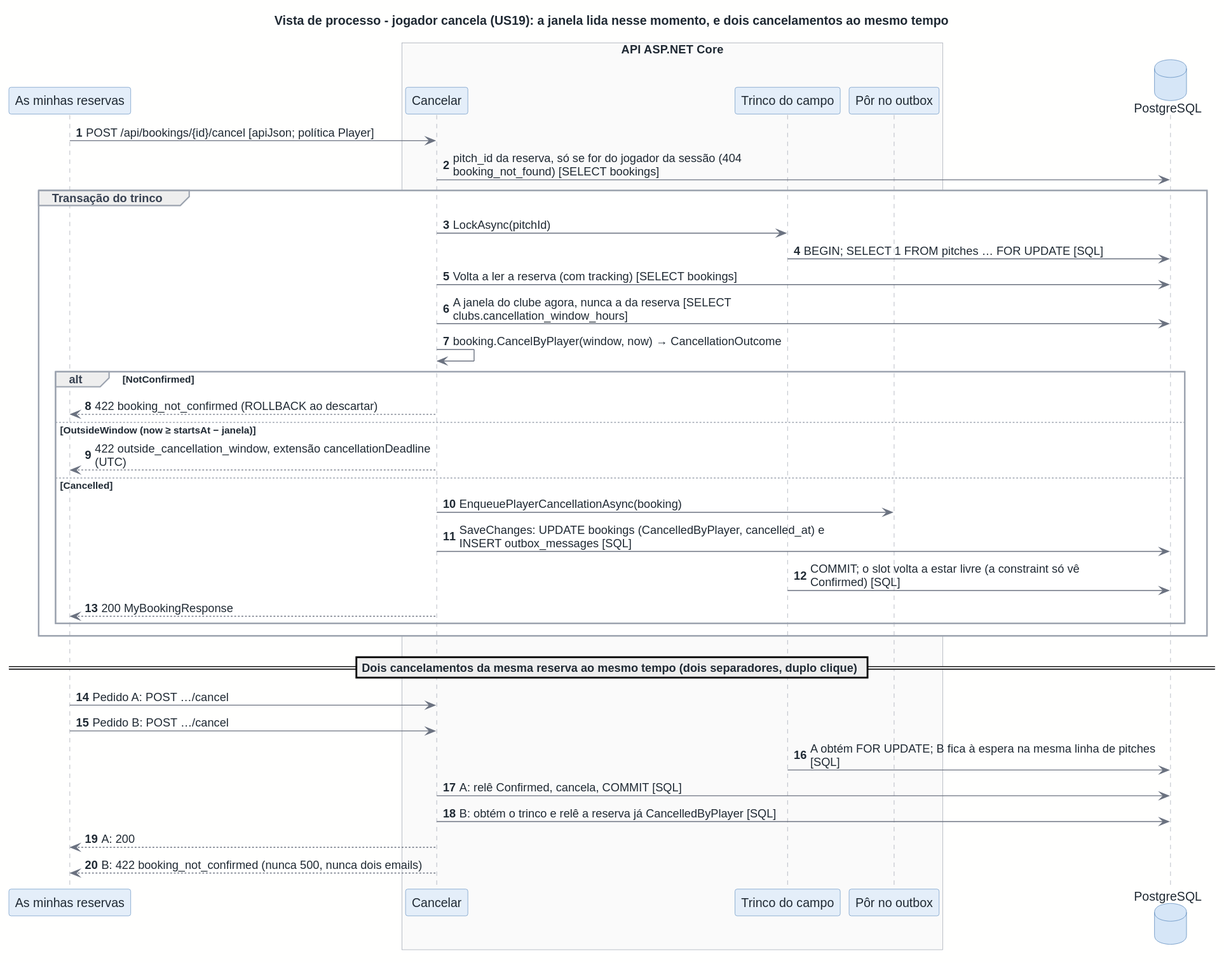
Before: docs/architecture/out/process-cancel-player.svg, a diagram exported from PlantUML (rodrigo4sousa/SportsEstablishments).
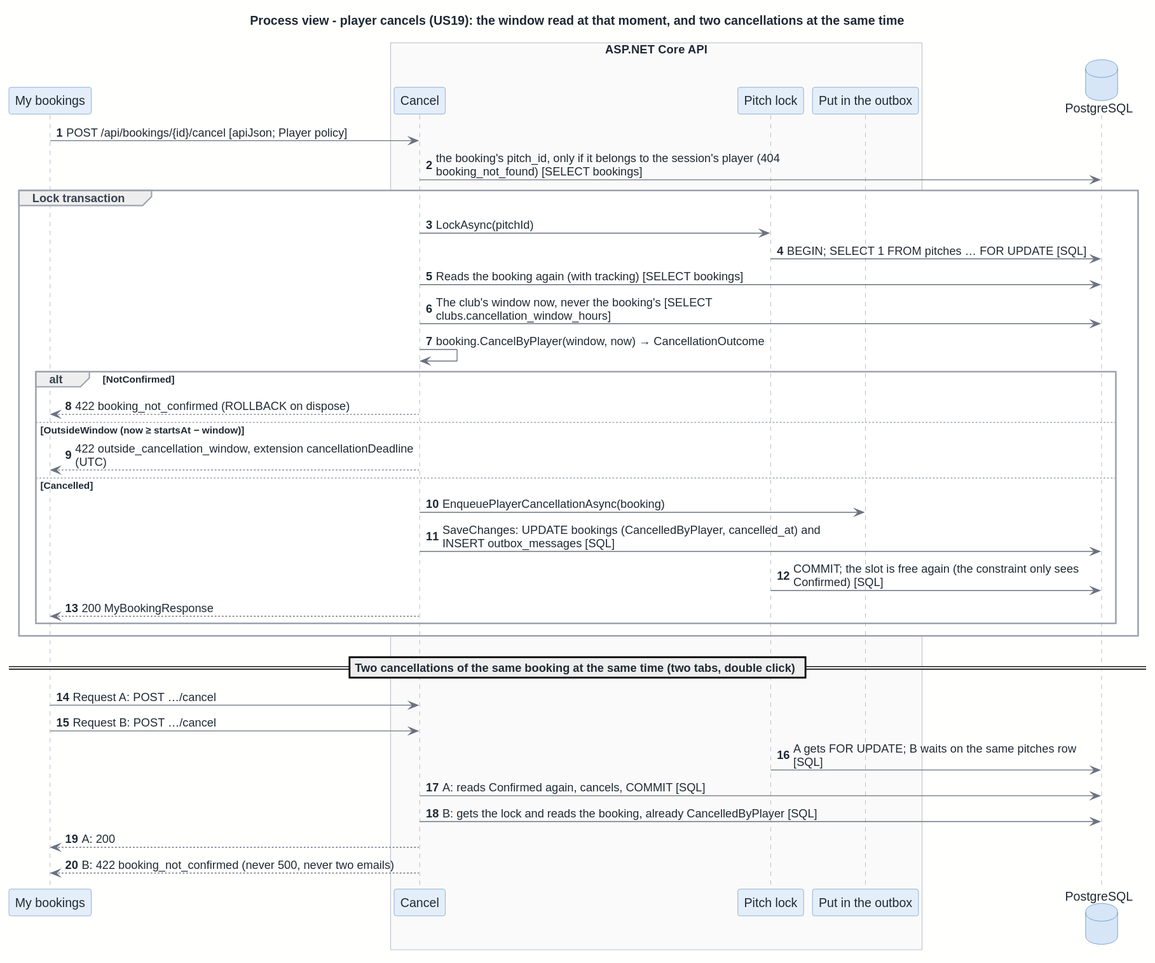
Later version of the same file.

Diff of the diagram source:
```diff
@@ -1,44 +1,44 @@
 @startuml
 !include ../style.puml
 
-title Vista de processo - jogador cancela (US19): a janela lida nesse momento, e dois cancelamentos ao mesmo tempo
+title Process view - player cancels (US19): the window read at that moment, and two cancellations at the same time
 autonumber
 
-participant "As minhas reservas" as WEB_F_MYBOOK
-box "API ASP.NET Core"
-  participant "Cancelar" as API_BOOK_MINE
-  participant "Trinco do campo" as CC_LOCK
-  participant "Pôr no outbox" as API_NOTIF_OUTBOX
+participant "My bookings" as WEB_F_MYBOOK
+box "ASP.NET Core API"
+  participant "Cancel" as API_BOOK_MINE
+  participant "Pitch lock" as CC_LOCK
+  participant "Put in the outbox" as API_NOTIF_OUTBOX
 end box
 database "PostgreSQL" as C_DB
 
-WEB_F_MYBOOK -> API_BOOK_MINE : POST /api/bookings/{id}/cancel [apiJson; política Player]
-API_BOOK_MINE -> C_DB : pitch_id da reserva, só se for do jogador da sessão (404\nbooking_not_found) [SELECT bookings]
-group Transação do trinco
+WEB_F_MYBOOK -> API_BOOK_MINE : POST /api/bookings/{id}/cancel [apiJson; Player policy]
+API_BOOK_MINE -> C_DB : the booking's pitch_id, only if it belongs to the session's player (404\nbooking_not_found) [SELECT bookings]
+group Lock transaction
   API_BOOK_MINE -> CC_LOCK : LockAsync(pitchId)
   CC_LOCK -> C_DB : BEGIN; SELECT 1 FROM pitches … FOR UPDATE [SQL]
-  API_BOOK_MINE -> C_DB : Volta a ler a reserva (com tracking) [SELECT bookings]
-  API_BOOK_MINE -> C_DB : A janela do clube agora, nunca a da reserva [SELECT\nclubs.cancellation_window_hours]
+  API_BOOK_MINE -> C_DB : Reads the booking again (with tracking) [SELECT bookings]
+  API_BOOK_MINE -> C_DB : The club's window now, never the booking's [SELECT\nclubs.cancellation_window_hours]
   API_BOOK_MINE -> API_BOOK_MINE : booking.CancelByPlayer(window, now) → CancellationOutcome
   alt NotConfirmed
-    API_BOOK_MINE --> WEB_F_MYBOOK : 422 booking_not_confirmed (ROLLBACK ao descartar)
-  else OutsideWindow (now ≥ startsAt − janela)
-    API_BOOK_MINE --> WEB_F_MYBOOK : 422 outside_cancellation_window, extensão cancellationDeadline\n(UTC)
+    API_BOOK_MINE --> WEB_F_MYBOOK : 422 booking_not_confirmed (ROLLBACK on dispose)
+  else OutsideWindow (now ≥ startsAt − window)
+    API_BOOK_MINE --> WEB_F_MYBOOK : 422 outside_cancellation_window, extension cancellationDeadline\n(UTC)
   else Cancelled
     API_BOOK_MINE -> API_NOTIF_OUTBOX : EnqueuePlayerCancellationAsync(booking)
-    API_BOOK_MINE -> C_DB : SaveChanges: UPDATE bookings (CancelledByPlayer, cancelled_at) e\nINSERT outbox_messages [SQL]
-    CC_LOCK -> C_DB : COMMIT; o slot volta a estar livre (a constraint só vê\nConfirmed) [SQL]
+    API_BOOK_MINE -> C_DB : SaveChanges: UPDATE bookings (CancelledByPlayer, cancelled_at) and\nINSERT outbox_messages [SQL]
+    CC_LOCK -> C_DB : COMMIT; the slot is free again (the constraint only sees\nConfirmed) [SQL]
     API_BOOK_MINE --> WEB_F_MYBOOK : 200 MyBookingResponse
   end
 end
 
-== Dois cancelamentos da mesma reserva ao mesmo tempo (dois separadores, duplo clique) ==
+== Two cancellations of the same booking at the same time (two tabs, double click) ==
 
-WEB_F_MYBOOK -> API_BOOK_MINE : Pedido A: POST …/cancel
-WEB_F_MYBOOK -> API_BOOK_MINE : Pedido B: POST …/cancel
-CC_LOCK -> C_DB : A obtém FOR UPDATE; B fica à espera na mesma linha de pitches\n[SQL]
-API_BOOK_MINE -> C_DB : A: relê Confirmed, cancela, COMMIT [SQL]
-API_BOOK_MINE -> C_DB : B: obtém o trinco e relê a reserva já CancelledByPlayer [SQL]
+WEB_F_MYBOOK -> API_BOOK_MINE : Request A: POST …/cancel
+WEB_F_MYBOOK -> API_BOOK_MINE : Request B: POST …/cancel
+CC_LOCK -> C_DB : A gets FOR UPDATE; B waits on the same pitches row\n[SQL]
+API_BOOK_MINE -> C_DB : A: reads Confirmed again, cancels, COMMIT [SQL]
+API_BOOK_MINE -> C_DB : B: gets the lock and reads the booking, already CancelledByPlayer [SQL]
 API_BOOK_MINE --> WEB_F_MYBOOK : A: 200
-API_BOOK_MINE --> WEB_F_MYBOOK : B: 422 booking_not_confirmed (nunca 500, nunca dois emails)
+API_BOOK_MINE --> WEB_F_MYBOOK : B: 422 booking_not_confirmed (never 500, never two emails)
 @enduml
```
